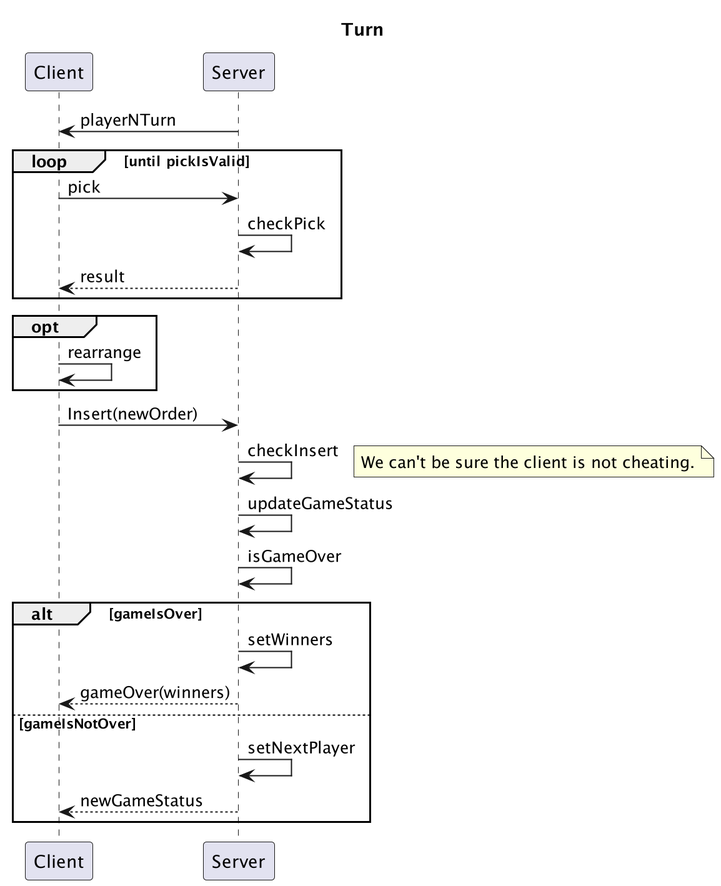
Above: docs/Sequence diagrams/Turn.png in dltmtt/IS23-AM13 (PlantUML), before the change. Source of this version:
```plantuml
@startuml

title Turn

participant Client
participant Server

Client <- Server: playerNTurn

loop until pickIsValid
    Client -> Server: pick
    Server -> Server: checkPick
    Client <-- Server: result
end

opt
    Client -> Client: rearrange
end

Client -> Server: Insert(newOrder)
Server -> Server: checkInsert
note right: We can't be sure the client is not cheating.

Server -> Server: updateGameStatus

Server -> Server: isGameOver
alt gameIsOver
    Server -> Server: setWinners
    Client <-- Server: gameOver(winners)
else gameIsNotOver
    Server -> Server: setNextPlayer
    Client <-- Server: newGameStatus
end
@enduml
```
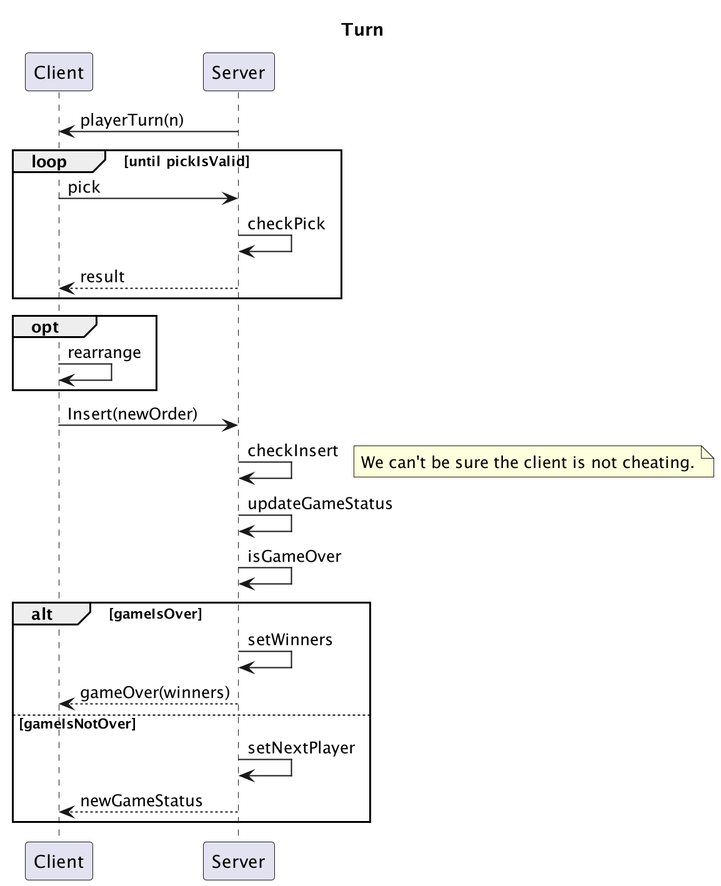
The same diagram one commit later.

Commit message:
Clarify method

Diff of the diagram source:
```diff
@@ -5,7 +5,7 @@
 participant Client
 participant Server
 
-Client <- Server: playerNTurn
+Client <- Server: playerTurn(n)
 
 loop until pickIsValid
     Client -> Server: pick
```
